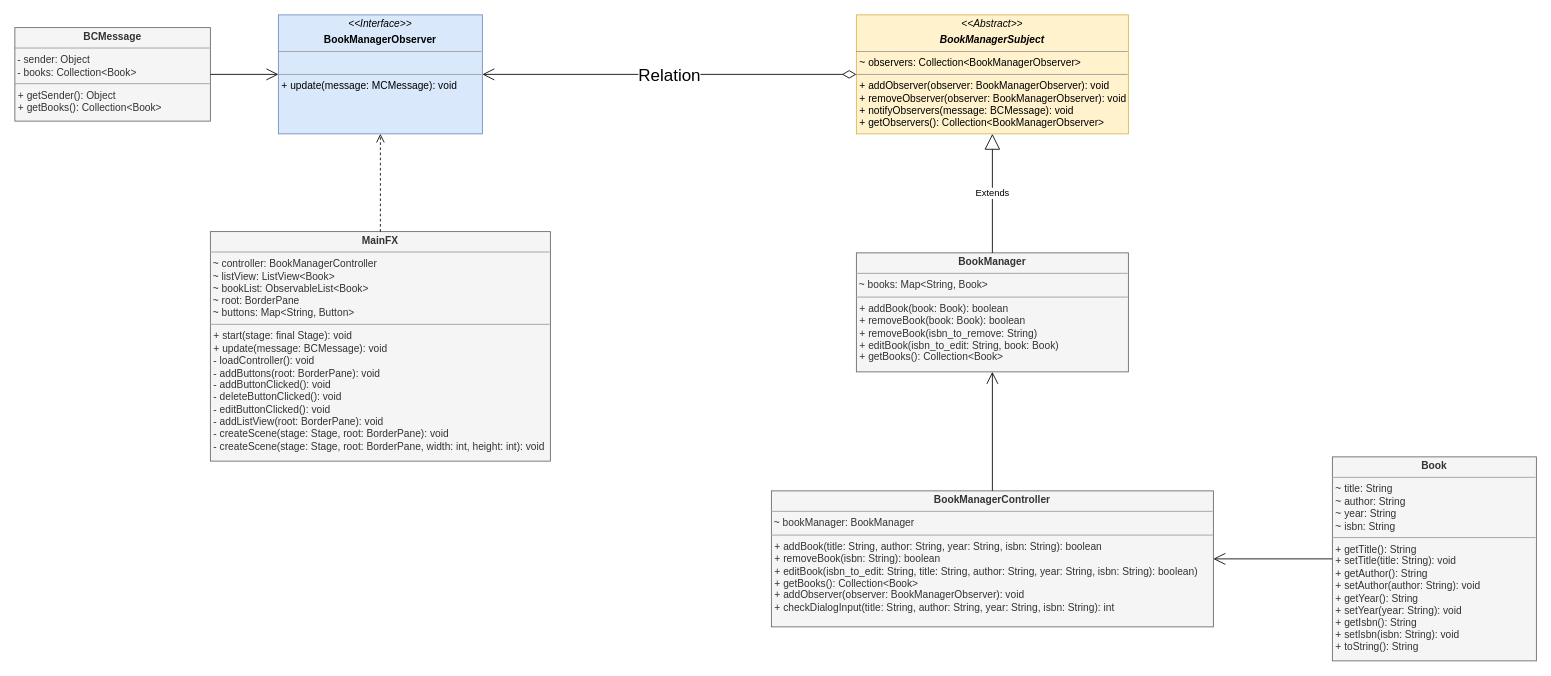
Above: docs/mvc/img/uml_a8.drawio in Johannes-Baischer/SE-Assignments (draw.io), before the change. Source tidied: cells renumbered, new cells numbered last; positions are measured from the earlier drawing's top-left corner, leaving out a move shared by most shapes. Both pictures are drawn from the tidied source at 85%, with x=0, y=0 at pixel (14, 14).
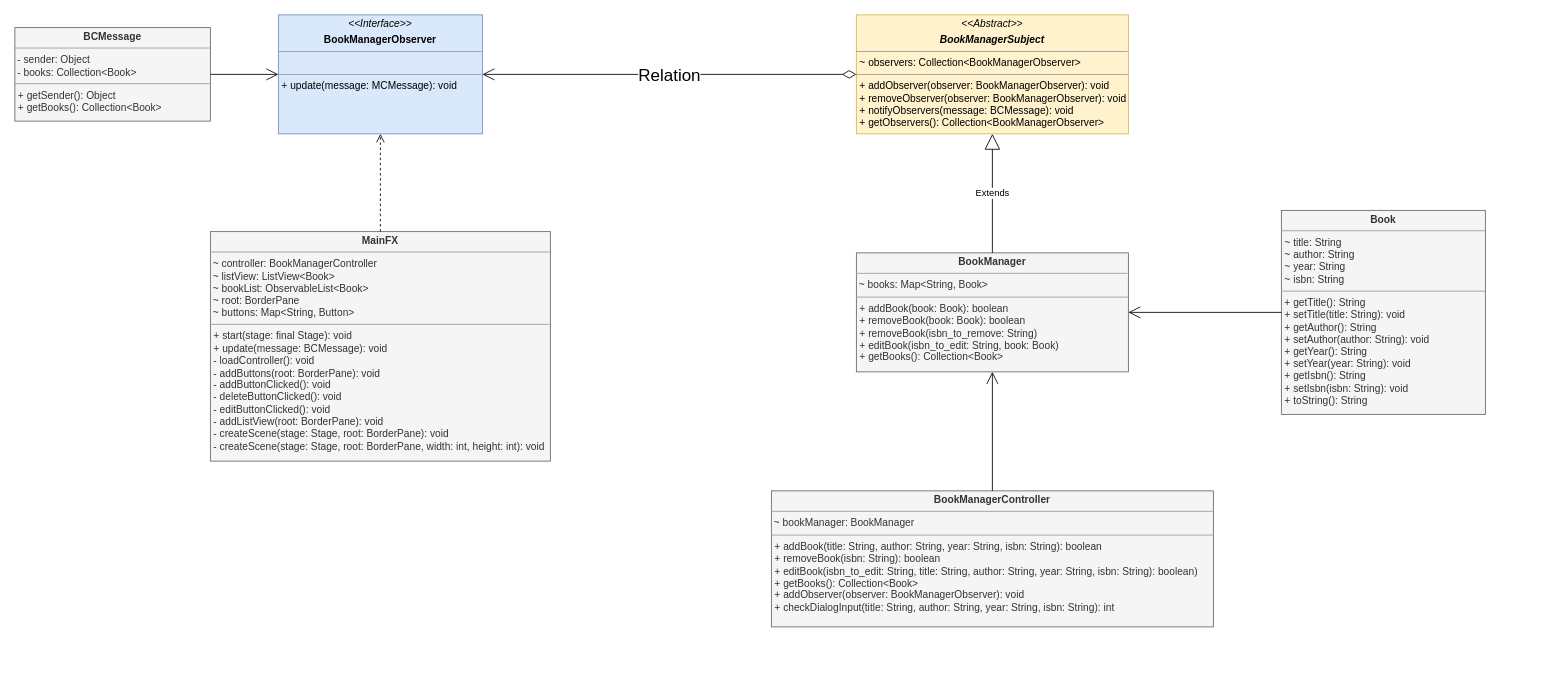
Above is the later version.

What changed in the source:
```diff
@@
 <mxGraphModel>
   <root>
     <mxCell id="0" />
     <mxCell id="1" parent="0" />
     <mxCell id="2" value="&lt;p style=&quot;margin:0px;margin-top:4px;text-align:center;&quot;&gt;&lt;b&gt;Book&lt;/b&gt;&lt;/p&gt;&lt;hr size=&quot;1&quot;&gt;&lt;p style=&quot;margin:0px;margin-left:4px;&quot;&gt;~ title: String&lt;/p&gt;&lt;p style=&quot;margin:0px;margin-left:4px;&quot;&gt;~ author: String&lt;/p&gt;&lt;p style=&quot;margin:0px;margin-left:4px;&quot;&gt;~ year: String&lt;/p&gt;&lt;p style=&quot;margin:0px;margin-left:4px;&quot;&gt;~ isbn: String&lt;br&gt;&lt;/p&gt;&lt;hr size=&quot;1&quot;&gt;&lt;p style=&quot;margin:0px;margin-left:4px;&quot;&gt;+ getTitle(): String&lt;/p&gt;&lt;p style=&quot;margin:0px;margin-left:4px;&quot;&gt;+ setTitle(title: String): void&lt;/p&gt;&lt;p style=&quot;margin:0px;margin-left:4px;&quot;&gt;+ getAuthor(): String&lt;/p&gt;&lt;p style=&quot;margin:0px;margin-left:4px;&quot;&gt;+ setAuthor(author: String): void&lt;/p&gt;&lt;p style=&quot;margin:0px;margin-left:4px;&quot;&gt;+ getYear(): String&lt;/p&gt;&lt;p style=&quot;margin:0px;margin-left:4px;&quot;&gt;+ setYear(year: String): void&lt;/p&gt;&lt;p style=&quot;margin:0px;margin-left:4px;&quot;&gt;+ getIsbn(): String&lt;/p&gt;&lt;p style=&quot;margin:0px;margin-left:4px;&quot;&gt;+ setIsbn(isbn: String): void&lt;/p&gt;&lt;p style=&quot;margin:0px;margin-left:4px;&quot;&gt;+ toString(): String&lt;br&gt;&lt;/p&gt;" style="verticalAlign=top;align=left;overflow=fill;fontSize=12;fontFamily=Helvetica;html=1;fillColor=#f5f5f5;fontColor=#333333;strokeColor=#666666;" parent="1" vertex="1">
-      <mxGeometry x="1550" y="520" width="240" height="240" as="geometry" />
+      <mxGeometry x="1490" y="230" width="240" height="240" as="geometry" />
     </mxCell>
     <mxCell id="3" value="&lt;p style=&quot;margin:0px;margin-top:4px;text-align:center;&quot;&gt;&lt;b&gt;BCMessage&lt;/b&gt;&lt;/p&gt;&lt;hr size=&quot;1&quot;&gt;&lt;div&gt;&amp;nbsp;- sender: Object&lt;/div&gt;&lt;div&gt;&amp;nbsp;- books: Collection&amp;lt;Book&amp;gt;&lt;br&gt;&lt;/div&gt;&lt;hr size=&quot;1&quot;&gt;&lt;p style=&quot;margin:0px;margin-left:4px;&quot;&gt;+ getSender(): Object&lt;/p&gt;&lt;p style=&quot;margin:0px;margin-left:4px;&quot;&gt;+ getBooks(): Collection&amp;lt;Book&amp;gt;&lt;br&gt;&lt;/p&gt;" style="verticalAlign=top;align=left;overflow=fill;fontSize=12;fontFamily=Helvetica;html=1;fillColor=#f5f5f5;fontColor=#333333;strokeColor=#666666;" parent="1" vertex="1">
       <mxGeometry y="15" width="230" height="110" as="geometry" />
     </mxCell>
     <mxCell id="4" value="&lt;p style=&quot;margin:0px;margin-top:4px;text-align:center;&quot;&gt;&lt;b&gt;BookManagerController&lt;/b&gt;&lt;/p&gt;&lt;hr size=&quot;1&quot;&gt;&lt;div&gt;&amp;nbsp;~ bookManager: BookManager&lt;br&gt;&lt;/div&gt;&lt;hr size=&quot;1&quot;&gt;&lt;p style=&quot;margin:0px;margin-left:4px;&quot;&gt;+ addBook(title: String, author: String, year: String, isbn: String): boolean&lt;br&gt;&lt;/p&gt;&lt;p style=&quot;margin:0px;margin-left:4px;&quot;&gt;+ removeBook(isbn: String): boolean&lt;/p&gt;&lt;p style=&quot;margin:0px;margin-left:4px;&quot;&gt;+ editBook(isbn_to_edit: String, title: String, author: String, year: String, isbn: String): boolean)&lt;/p&gt;&lt;p style=&quot;margin:0px;margin-left:4px;&quot;&gt;+ getBooks(): Collection&amp;lt;Book&amp;gt;&lt;/p&gt;&lt;p style=&quot;margin:0px;margin-left:4px;&quot;&gt;+ addObserver(observer: BookManagerObserver): void&lt;/p&gt;&lt;p style=&quot;margin:0px;margin-left:4px;&quot;&gt;+ checkDialogInput(title: String, author: String, year: String, isbn: String): int&lt;br&gt;&lt;/p&gt;" style="verticalAlign=top;align=left;overflow=fill;fontSize=12;fontFamily=Helvetica;html=1;fillColor=#f5f5f5;fontColor=#333333;strokeColor=#666666;" parent="1" vertex="1">
       <mxGeometry x="890" y="560" width="520" height="160" as="geometry" />
     </mxCell>
     <mxCell id="5" value="&lt;p style=&quot;margin:0px;margin-top:4px;text-align:center;&quot;&gt;&lt;i&gt;&amp;lt;&amp;lt;Interface&amp;gt;&amp;gt;&lt;/i&gt;&lt;/p&gt;&lt;p style=&quot;margin:0px;margin-top:4px;text-align:center;&quot;&gt;&lt;b&gt;BookManagerObserver&lt;/b&gt;&lt;br&gt;&lt;/p&gt;&lt;hr size=&quot;1&quot;&gt;&lt;p style=&quot;margin:0px;margin-left:4px;&quot;&gt;&lt;br&gt;&lt;/p&gt;&lt;hr size=&quot;1&quot;&gt;&lt;p style=&quot;margin:0px;margin-left:4px;&quot;&gt;+ update(message: MCMessage): void&lt;br&gt;&lt;/p&gt;" style="verticalAlign=top;align=left;overflow=fill;fontSize=12;fontFamily=Helvetica;html=1;fillColor=#dae8fc;strokeColor=#6c8ebf;" parent="1" vertex="1">
       <mxGeometry x="310" width="240" height="140" as="geometry" />
     </mxCell>
-    <mxCell id="6" style="endArrow=open;endFill=1;endSize=12;html=1;rounded=0;entryX=1;entryY=0.5;entryDx=0;entryDy=0;exitX=0;exitY=0.5;exitDx=0;exitDy=0;" parent="1" edge="1" source="2" target="4">
+    <mxCell id="6" style="endArrow=open;endFill=1;endSize=12;html=1;rounded=0;exitX=0;exitY=0.5;exitDx=0;exitDy=0;" parent="1" edge="1" source="2" target="8">
       <mxGeometry relative="1" as="geometry" />
     </mxCell>
     <mxCell id="7" value="&lt;p style=&quot;margin:0px;margin-top:4px;text-align:center;&quot;&gt;&lt;i&gt;&amp;lt;&amp;lt;Abstract&amp;gt;&amp;gt;&lt;/i&gt;&lt;/p&gt;&lt;p style=&quot;margin:0px;margin-top:4px;text-align:center;&quot;&gt;&lt;i&gt;&lt;b&gt;BookManagerSubject&lt;/b&gt;&lt;/i&gt;&lt;br&gt;&lt;/p&gt;&lt;hr size=&quot;1&quot;&gt;&lt;p style=&quot;margin:0px;margin-left:4px;&quot;&gt;~ observers: Collection&amp;lt;BookManagerObserver&amp;gt;&lt;br&gt;&lt;/p&gt;&lt;hr size=&quot;1&quot;&gt;&lt;p style=&quot;margin:0px;margin-left:4px;&quot;&gt;+ addObserver(observer: BookManagerObserver): void&lt;/p&gt;&lt;p style=&quot;margin:0px;margin-left:4px;&quot;&gt;+ removeObserver(observer: BookManagerObserver): void&lt;/p&gt;&lt;p style=&quot;margin:0px;margin-left:4px;&quot;&gt;+ notifyObservers(message: BCMessage): void&lt;/p&gt;&lt;p style=&quot;margin:0px;margin-left:4px;&quot;&gt;+ getObservers(): Collection&amp;lt;BookManagerObserver&amp;gt;&lt;br&gt;&lt;/p&gt;" style="verticalAlign=top;align=left;overflow=fill;fontSize=12;fontFamily=Helvetica;html=1;fillColor=#fff2cc;strokeColor=#d6b656;" parent="1" vertex="1">
       <mxGeometry x="990" width="320" height="140" as="geometry" />
     </mxCell>
     <mxCell id="8" value="&lt;p style=&quot;margin:0px;margin-top:4px;text-align:center;&quot;&gt;&lt;b&gt;BookManager&lt;/b&gt;&lt;/p&gt;&lt;hr size=&quot;1&quot;&gt;&lt;div&gt;&amp;nbsp;~ books: Map&amp;lt;String, Book&amp;gt;&lt;br&gt;&lt;/div&gt;&lt;hr size=&quot;1&quot;&gt;&lt;p style=&quot;margin:0px;margin-left:4px;&quot;&gt;+ addBook(book: Book): boolean&lt;/p&gt;&lt;p style=&quot;margin:0px;margin-left:4px;&quot;&gt;+ removeBook(book: Book): boolean&lt;/p&gt;&lt;p style=&quot;margin:0px;margin-left:4px;&quot;&gt;+ removeBook(isbn_to_remove: String)&lt;/p&gt;&lt;p style=&quot;margin:0px;margin-left:4px;&quot;&gt;+ editBook(isbn_to_edit: String, book: Book)&lt;/p&gt;&lt;p style=&quot;margin:0px;margin-left:4px;&quot;&gt;+ getBooks(): Collection&amp;lt;Book&amp;gt;&lt;br&gt;&lt;/p&gt;" style="verticalAlign=top;align=left;overflow=fill;fontSize=12;fontFamily=Helvetica;html=1;fillColor=#f5f5f5;fontColor=#333333;strokeColor=#666666;" parent="1" vertex="1">
       <mxGeometry x="990" y="280" width="320" height="140" as="geometry" />
     </mxCell>
     <mxCell id="9" value="Extends" style="endArrow=block;endSize=16;endFill=0;html=1;rounded=0;exitX=0.5;exitY=0;exitDx=0;exitDy=0;entryX=0.5;entryY=1;entryDx=0;entryDy=0;" parent="1" edge="1" source="8" target="7">
       <mxGeometry relative="1" as="geometry" />
     </mxCell>
     <mxCell id="10" value="&lt;p style=&quot;margin:0px;margin-top:4px;text-align:center;&quot;&gt;&lt;b&gt;MainFX&lt;/b&gt;&lt;/p&gt;&lt;hr size=&quot;1&quot;&gt;&lt;div&gt;&amp;nbsp;~ controller: BookManagerController&lt;/div&gt;&lt;div&gt;&amp;nbsp;~ listView: ListView&amp;lt;Book&amp;gt;&lt;/div&gt;&lt;div&gt;&amp;nbsp;~ bookList: ObservableList&amp;lt;Book&amp;gt;&lt;/div&gt;&lt;div&gt;&amp;nbsp;~ root: BorderPane&lt;/div&gt;&lt;div&gt;&amp;nbsp;~ buttons: Map&amp;lt;String, Button&amp;gt;&lt;br&gt;&lt;/div&gt;&lt;hr size=&quot;1&quot;&gt;&lt;p style=&quot;margin:0px;margin-left:4px;&quot;&gt;+ start(stage: final Stage): void&lt;/p&gt;&lt;p style=&quot;margin:0px;margin-left:4px;&quot;&gt;+ update(message: BCMessage): void&lt;/p&gt;&lt;p style=&quot;margin:0px;margin-left:4px;&quot;&gt;- loadController(): void&lt;/p&gt;&lt;p style=&quot;margin:0px;margin-left:4px;&quot;&gt;- addButtons(root: BorderPane): void&lt;/p&gt;&lt;p style=&quot;margin:0px;margin-left:4px;&quot;&gt;- addButtonClicked(): void&lt;/p&gt;&lt;p style=&quot;margin:0px;margin-left:4px;&quot;&gt;- deleteButtonClicked(): void&lt;/p&gt;&lt;p style=&quot;margin:0px;margin-left:4px;&quot;&gt;- editButtonClicked(): void&lt;/p&gt;&lt;p style=&quot;margin:0px;margin-left:4px;&quot;&gt;- addListView(root: BorderPane): void&lt;/p&gt;&lt;p style=&quot;margin:0px;margin-left:4px;&quot;&gt;- createScene(stage: Stage, root: BorderPane): void&lt;/p&gt;&lt;p style=&quot;margin:0px;margin-left:4px;&quot;&gt;- createScene(stage: Stage, root: BorderPane, width: int, height: int): void&lt;br&gt;&lt;/p&gt;" style="verticalAlign=top;align=left;overflow=fill;fontSize=12;fontFamily=Helvetica;html=1;fillColor=#f5f5f5;fontColor=#333333;strokeColor=#666666;" parent="1" vertex="1">
       <mxGeometry x="230" y="255" width="400" height="270" as="geometry" />
     </mxCell>
     <mxCell id="11" style="html=1;verticalAlign=bottom;endArrow=open;dashed=1;endSize=8;rounded=0;exitX=0.5;exitY=0;exitDx=0;exitDy=0;entryX=0.5;entryY=1;entryDx=0;entryDy=0;" parent="1" edge="1" source="10" target="5">
       <mxGeometry relative="1" as="geometry" />
     </mxCell>
     <mxCell id="12" style="endArrow=open;endFill=1;endSize=12;html=1;rounded=0;entryX=0;entryY=0.5;entryDx=0;entryDy=0;exitX=1;exitY=0.5;exitDx=0;exitDy=0;" parent="1" edge="1" source="3" target="5">
       <mxGeometry relative="1" as="geometry" />
     </mxCell>
     <mxCell id="13" value="Relation" style="endArrow=open;html=1;endSize=12;startArrow=diamondThin;startSize=14;startFill=0;edgeStyle=orthogonalEdgeStyle;rounded=0;fontSize=20;exitX=0;exitY=0.5;exitDx=0;exitDy=0;entryX=1;entryY=0.5;entryDx=0;entryDy=0;" parent="1" edge="1" source="7" target="5">
       <mxGeometry relative="1" as="geometry" />
     </mxCell>
     <mxCell id="14" style="endArrow=open;endFill=1;endSize=12;html=1;rounded=0;entryX=0.5;entryY=1;entryDx=0;entryDy=0;exitX=0.5;exitY=0;exitDx=0;exitDy=0;" parent="1" edge="1" source="4" target="8">
       <mxGeometry relative="1" as="geometry" />
     </mxCell>
   </root>
 </mxGraphModel>
```
